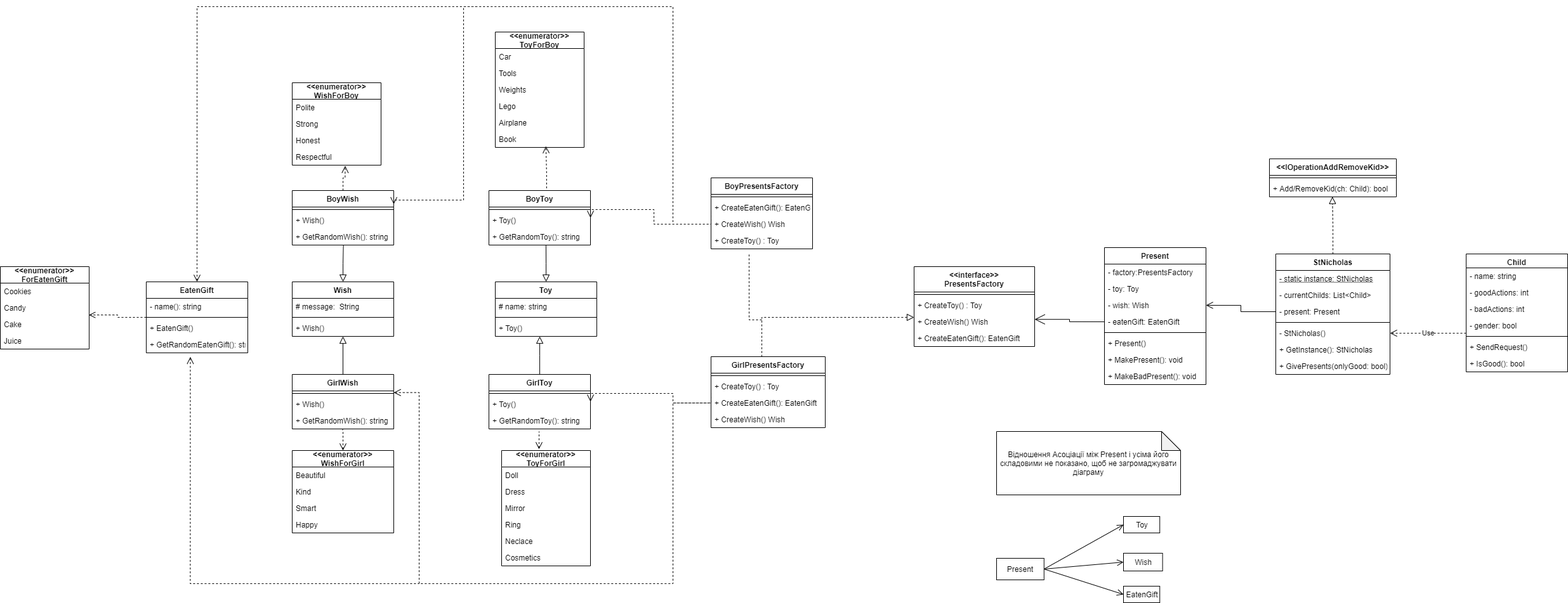
The draw.io diagram StNicholas/StNicholas_Gift.drawio.png in olh-msk/SigmaTask11_UML_SOLID, before a commit. Source tidied: cells renumbered, new cells last; positions are measured from the earlier drawing's top-left corner, leaving out a move shared by most shapes.
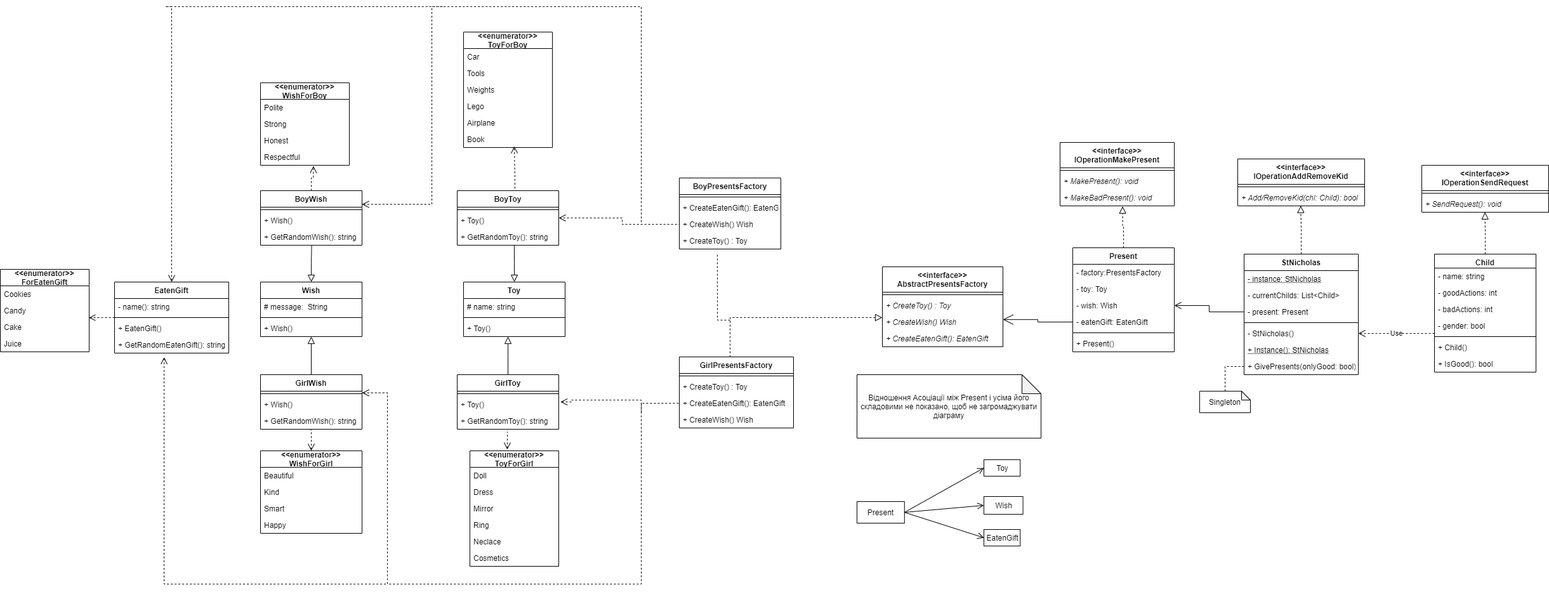
Later version of the same file.

Change to the diagram source:
```diff
@@ -8,7 +8,7 @@
     <mxCell id="3" value="StNicholas" style="swimlane;fontStyle=1;align=center;verticalAlign=top;horizontal=1;startSize=26;" parent="1" vertex="1">
       <mxGeometry x="2010" y="390" width="180" height="190" as="geometry" />
     </mxCell>
-    <mxCell id="4" value="- static instance: StNicholas" style="text;strokeColor=none;fillColor=none;align=left;verticalAlign=top;spacingLeft=4;spacingRight=4;overflow=hidden;fontStyle=4;" parent="3" vertex="1">
+    <mxCell id="4" value="- instance: StNicholas" style="text;strokeColor=none;fillColor=none;align=left;verticalAlign=top;spacingLeft=4;spacingRight=4;overflow=hidden;fontStyle=4;" parent="3" vertex="1">
       <mxGeometry y="26" width="180" height="26" as="geometry" />
     </mxCell>
     <mxCell id="5" value="- currentChilds: List&lt;Child&gt;" style="text;strokeColor=none;fillColor=none;align=left;verticalAlign=top;spacingLeft=4;spacingRight=4;overflow=hidden;" parent="3" vertex="1">
@@ -23,12 +23,15 @@
     <mxCell id="8" value="- StNicholas()" style="text;strokeColor=none;fillColor=none;align=left;verticalAlign=top;spacingLeft=4;spacingRight=4;overflow=hidden;points=[[0,0.5],[1,0.5]];portConstraint=eastwest;" parent="3" vertex="1">
       <mxGeometry y="112" width="180" height="26" as="geometry" />
     </mxCell>
-    <mxCell id="9" value="+ GetInstance(): StNicholas" style="text;strokeColor=none;fillColor=none;align=left;verticalAlign=top;spacingLeft=4;spacingRight=4;overflow=hidden;" parent="3" vertex="1">
+    <mxCell id="9" value="+ Instance(): StNicholas" style="text;strokeColor=none;fillColor=none;align=left;verticalAlign=top;spacingLeft=4;spacingRight=4;overflow=hidden;fontStyle=4;" parent="3" vertex="1">
       <mxGeometry y="138" width="180" height="26" as="geometry" />
     </mxCell>
     <mxCell id="10" value="+ GivePresents(onlyGood: bool)" style="text;strokeColor=none;fillColor=none;align=left;verticalAlign=top;spacingLeft=4;spacingRight=4;overflow=hidden;points=[[0,0.5],[1,0.5]];portConstraint=eastwest;" parent="3" vertex="1">
       <mxGeometry y="164" width="180" height="26" as="geometry" />
     </mxCell>
+    <mxCell id="132" style="edgeStyle=orthogonalEdgeStyle;rounded=0;jettySize=auto;html=1;dashed=1;endArrow=block;endFill=0;startSize=9;endSize=9;entryX=0.498;entryY=0.994;entryDx=0;entryDy=0;entryPerimeter=0;" parent="1" edge="1" source="11" target="139">
+      <mxGeometry relative="1" as="geometry" />
+    </mxCell>
     <mxCell id="11" value="Child" style="swimlane;fontStyle=1;align=center;verticalAlign=top;horizontal=1;startSize=22;" parent="1" vertex="1">
       <mxGeometry x="2310" y="390" width="160" height="186" as="geometry" />
     </mxCell>
@@ -47,25 +50,25 @@
     <mxCell id="16" style="line;strokeWidth=1;fillColor=none;align=left;verticalAlign=middle;spacingTop=-1;spacingLeft=3;spacingRight=3;labelPosition=right;" parent="11" vertex="1">
       <mxGeometry y="126" width="160" height="8" as="geometry" />
     </mxCell>
-    <mxCell id="17" value="+ SendRequest()" style="text;strokeColor=none;fillColor=none;align=left;verticalAlign=top;spacingLeft=4;spacingRight=4;overflow=hidden;" parent="11" vertex="1">
-      <mxGeometry y="134" width="160" height="26" as="geometry" />
-    </mxCell>
+    <mxCell id="133" value="+ Child()" style="text;strokeColor=none;fillColor=none;align=left;verticalAlign=top;spacingLeft=4;spacingRight=4;overflow=hidden;" parent="11" vertex="1">
+      <mxGeometry y="134" width="160" height="26" as="geometry" />
+    </mxCell>
     <mxCell id="18" value="+ IsGood(): bool" style="text;strokeColor=none;fillColor=none;align=left;verticalAlign=top;spacingLeft=4;spacingRight=4;overflow=hidden;" parent="11" vertex="1">
       <mxGeometry y="160" width="160" height="26" as="geometry" />
     </mxCell>
-    <mxCell id="19" value="&lt;&lt;interface&gt;&gt;&#10;PresentsFactory" style="swimlane;fontStyle=1;align=center;verticalAlign=top;horizontal=1;startSize=40;" parent="1" vertex="1">
+    <mxCell id="19" value="&lt;&lt;interface&gt;&gt;&#10;AbstractPresentsFactory" style="swimlane;fontStyle=1;align=center;verticalAlign=top;horizontal=1;startSize=40;" parent="1" vertex="1">
       <mxGeometry x="1440" y="410" width="190" height="126" as="geometry" />
     </mxCell>
     <mxCell id="20" style="line;strokeWidth=1;fillColor=none;align=left;verticalAlign=middle;spacingTop=-1;spacingLeft=3;spacingRight=3;labelPosition=right;" parent="19" vertex="1">
       <mxGeometry y="40" width="190" height="8" as="geometry" />
     </mxCell>
-    <mxCell id="21" value="+ CreateToy() : Toy" style="text;strokeColor=none;fillColor=none;align=left;verticalAlign=top;spacingLeft=4;spacingRight=4;overflow=hidden;" parent="19" vertex="1">
+    <mxCell id="21" value="+ CreateToy() : Toy" style="text;strokeColor=none;fillColor=none;align=left;verticalAlign=top;spacingLeft=4;spacingRight=4;overflow=hidden;fontStyle=2;" parent="19" vertex="1">
       <mxGeometry y="48" width="190" height="26" as="geometry" />
     </mxCell>
-    <mxCell id="22" value="+ CreateWish() Wish" style="text;strokeColor=none;fillColor=none;align=left;verticalAlign=top;spacingLeft=4;spacingRight=4;overflow=hidden;" parent="19" vertex="1">
+    <mxCell id="22" value="+ CreateWish() Wish" style="text;strokeColor=none;fillColor=none;align=left;verticalAlign=top;spacingLeft=4;spacingRight=4;overflow=hidden;fontStyle=2;" parent="19" vertex="1">
       <mxGeometry y="74" width="190" height="26" as="geometry" />
     </mxCell>
-    <mxCell id="23" value="+ CreateEatenGift(): EatenGift" style="text;strokeColor=none;fillColor=none;align=left;verticalAlign=top;spacingLeft=4;spacingRight=4;overflow=hidden;" parent="19" vertex="1">
+    <mxCell id="23" value="+ CreateEatenGift(): EatenGift" style="text;strokeColor=none;fillColor=none;align=left;verticalAlign=top;spacingLeft=4;spacingRight=4;overflow=hidden;fontStyle=2;" parent="19" vertex="1">
       <mxGeometry y="100" width="190" height="26" as="geometry" />
     </mxCell>
     <mxCell id="24" style="edgeStyle=orthogonalEdgeStyle;rounded=0;jettySize=auto;html=1;startArrow=block;startFill=0;endArrow=none;endFill=0;startSize=9;endSize=9;entryX=0.562;entryY=1.003;entryDx=0;entryDy=0;entryPerimeter=0;" parent="1" edge="1" source="25" target="62">
@@ -102,19 +105,19 @@
       <mxGeometry relative="1" as="geometry" />
     </mxCell>
     <mxCell id="35" value="EatenGift" style="swimlane;fontStyle=1;align=center;verticalAlign=top;horizontal=1;startSize=26;" parent="1" vertex="1">
-      <mxGeometry x="230" y="434" width="160" height="112" as="geometry" />
+      <mxGeometry x="230" y="434" width="180" height="112" as="geometry" />
     </mxCell>
     <mxCell id="36" value="- name(): string" style="text;strokeColor=none;fillColor=none;align=left;verticalAlign=top;spacingLeft=4;spacingRight=4;overflow=hidden;" parent="35" vertex="1">
-      <mxGeometry y="26" width="160" height="26" as="geometry" />
+      <mxGeometry y="26" width="180" height="26" as="geometry" />
     </mxCell>
     <mxCell id="37" style="line;strokeWidth=1;fillColor=none;align=left;verticalAlign=middle;spacingTop=-1;spacingLeft=3;spacingRight=3;labelPosition=right;" parent="35" vertex="1">
-      <mxGeometry y="52" width="160" height="8" as="geometry" />
+      <mxGeometry y="52" width="180" height="8" as="geometry" />
     </mxCell>
     <mxCell id="38" value="+ EatenGift()" style="text;strokeColor=none;fillColor=none;align=left;verticalAlign=top;spacingLeft=4;spacingRight=4;overflow=hidden;" parent="35" vertex="1">
-      <mxGeometry y="60" width="160" height="26" as="geometry" />
+      <mxGeometry y="60" width="180" height="26" as="geometry" />
     </mxCell>
     <mxCell id="39" value="+ GetRandomEatenGift(): string" style="text;strokeColor=none;fillColor=none;align=left;verticalAlign=top;spacingLeft=4;spacingRight=4;overflow=hidden;points=[[0,0.5],[1,0.5]];portConstraint=eastwest;" parent="35" vertex="1">
-      <mxGeometry y="86" width="160" height="26" as="geometry" />
+      <mxGeometry y="86" width="180" height="26" as="geometry" />
     </mxCell>
     <mxCell id="40" value="BoyPresentsFactory" style="swimlane;fontStyle=1;align=center;verticalAlign=top;horizontal=1;startSize=26;" parent="1" vertex="1">
       <mxGeometry x="1120" y="270" width="160" height="112" as="geometry" />
@@ -146,8 +149,11 @@
     <mxCell id="49" value="+ CreateWish() Wish" style="text;strokeColor=none;fillColor=none;align=left;verticalAlign=top;spacingLeft=4;spacingRight=4;overflow=hidden;" parent="45" vertex="1">
       <mxGeometry y="86" width="180" height="26" as="geometry" />
     </mxCell>
+    <mxCell id="134" style="edgeStyle=orthogonalEdgeStyle;rounded=0;jettySize=auto;html=1;endArrow=block;endFill=0;startSize=9;endSize=9;dashed=1;entryX=0.548;entryY=1.024;entryDx=0;entryDy=0;entryPerimeter=0;" parent="1" edge="1" source="50" target="58">
+      <mxGeometry relative="1" as="geometry" />
+    </mxCell>
     <mxCell id="50" value="Present" style="swimlane;fontStyle=1;align=center;verticalAlign=top;horizontal=1;startSize=26;" parent="1" vertex="1">
-      <mxGeometry x="1740" y="380" width="160" height="216" as="geometry" />
+      <mxGeometry x="1740" y="380" width="160" height="164" as="geometry" />
     </mxCell>
     <mxCell id="51" value="- factory:PresentsFactory" style="text;strokeColor=none;fillColor=none;align=left;verticalAlign=top;spacingLeft=4;spacingRight=4;overflow=hidden;" parent="50" vertex="1">
       <mxGeometry y="26" width="160" height="26" as="geometry" />
@@ -167,12 +173,6 @@
     <mxCell id="56" value="+ Present()" style="text;strokeColor=none;fillColor=none;align=left;verticalAlign=top;spacingLeft=4;spacingRight=4;overflow=hidden;" parent="50" vertex="1">
       <mxGeometry y="138" width="160" height="26" as="geometry" />
     </mxCell>
-    <mxCell id="57" value="+ MakePresent(): void" style="text;strokeColor=none;fillColor=none;align=left;verticalAlign=top;spacingLeft=4;spacingRight=4;overflow=hidden;" parent="50" vertex="1">
-      <mxGeometry y="164" width="160" height="26" as="geometry" />
-    </mxCell>
-    <mxCell id="58" value="+ MakeBadPresent(): void" style="text;strokeColor=none;fillColor=none;align=left;verticalAlign=top;spacingLeft=4;spacingRight=4;overflow=hidden;points=[[0,0.5],[1,0.5]];portConstraint=eastwest;" parent="50" vertex="1">
-      <mxGeometry y="190" width="160" height="26" as="geometry" />
-    </mxCell>
     <mxCell id="59" value="BoyToy" style="swimlane;fontStyle=1;align=center;verticalAlign=top;horizontal=1;startSize=26;" parent="1" vertex="1">
       <mxGeometry x="770" y="290" width="160" height="86" as="geometry" />
     </mxCell>
@@ -273,7 +273,7 @@
       <mxGeometry y="104" width="160" height="26" as="geometry" />
     </mxCell>
     <mxCell id="92" value="&lt;&lt;enumerator&gt;&gt;&#10;ForEatenGift" style="swimlane;fontStyle=1;horizontal=1;startSize=26;fillColor=none;" parent="1" vertex="1">
-      <mxGeometry y="410" width="140" height="130" as="geometry" />
+      <mxGeometry x="50" y="414" width="140" height="130" as="geometry" />
     </mxCell>
     <mxCell id="93" value="Cookies" style="text;strokeColor=none;fillColor=none;align=left;verticalAlign=top;spacingLeft=4;spacingRight=4;overflow=hidden;" parent="92" vertex="1">
       <mxGeometry y="26" width="140" height="26" as="geometry" />
@@ -357,11 +357,12 @@
         </Array>
       </mxGeometry>
     </mxCell>
-    <mxCell id="113" style="edgeStyle=orthogonalEdgeStyle;rounded=0;jettySize=auto;html=1;startArrow=open;startFill=0;endArrow=none;endFill=0;startSize=9;endSize=9;entryX=0;entryY=0.5;entryDx=0;entryDy=0;dashed=1;exitX=1;exitY=0.5;exitDx=0;exitDy=0;" parent="1" edge="1" source="64" target="47">
+    <mxCell id="113" style="edgeStyle=orthogonalEdgeStyle;rounded=0;jettySize=auto;html=1;startArrow=open;startFill=0;endArrow=none;endFill=0;startSize=9;endSize=9;dashed=1;exitX=1.017;exitY=0.342;exitDx=0;exitDy=0;exitPerimeter=0;" parent="1" edge="1" source="66">
       <mxGeometry relative="1" as="geometry">
+        <mxPoint x="1060" y="640" as="targetPoint" />
         <Array as="points">
-          <mxPoint x="1060" y="610" />
-          <mxPoint x="1060" y="625" />
+          <mxPoint x="950" y="623" />
+          <mxPoint x="950" y="620" />
         </Array>
       </mxGeometry>
     </mxCell>
@@ -380,15 +381,16 @@
       <mxGeometry relative="1" as="geometry">
         <mxPoint x="660" y="910" as="targetPoint" />
         <Array as="points">
-          <mxPoint x="299" y="910" />
+          <mxPoint x="308" y="910" />
         </Array>
       </mxGeometry>
     </mxCell>
     <mxCell id="116" style="edgeStyle=orthogonalEdgeStyle;rounded=0;jettySize=auto;html=1;startArrow=none;startFill=0;endArrow=open;endFill=0;startSize=9;endSize=9;dashed=1;entryX=1;entryY=0.5;entryDx=0;entryDy=0;exitX=0;exitY=0.5;exitDx=0;exitDy=0;" parent="1" edge="1" source="42" target="59">
       <mxGeometry relative="1" as="geometry">
         <Array as="points">
+          <mxPoint x="1120" y="343" />
           <mxPoint x="1030" y="343" />
-          <mxPoint x="1030" y="320" />
+          <mxPoint x="1030" y="333" />
         </Array>
       </mxGeometry>
     </mxCell>
@@ -396,29 +398,29 @@
       <mxGeometry relative="1" as="geometry">
         <mxPoint x="1060" y="340" as="targetPoint" />
         <Array as="points">
-          <mxPoint x="730" y="305" />
+          <mxPoint x="730" y="312" />
           <mxPoint x="730" />
           <mxPoint x="1060" />
         </Array>
       </mxGeometry>
     </mxCell>
     <mxCell id="118" value="Відношення Асоціації між Present і усіма його складовими не показано, щоб не загромаджувати діаграму" style="shape=note;whiteSpace=wrap;html=1;backgroundOutline=1;darkOpacity=0.05;" parent="1" vertex="1">
-      <mxGeometry x="1570" y="670" width="290" height="100" as="geometry" />
+      <mxGeometry x="1400" y="580" width="290" height="100" as="geometry" />
     </mxCell>
     <mxCell id="119" style="endArrow=open;endFill=0;endSize=8;html=1;rounded=0;exitX=1;exitY=0.5;exitDx=0;exitDy=0;entryX=0;entryY=0.5;entryDx=0;entryDy=0;startSize=9;" parent="1" edge="1" source="120" target="121">
       <mxGeometry relative="1" as="geometry" />
     </mxCell>
     <mxCell id="120" value="Present" style="html=1;" parent="1" vertex="1">
-      <mxGeometry x="1570" y="870" width="74.8" height="34" as="geometry" />
+      <mxGeometry x="1400" y="780" width="74.8" height="34" as="geometry" />
     </mxCell>
     <mxCell id="121" value="Toy" style="html=1;" parent="1" vertex="1">
-      <mxGeometry x="1770" y="804" width="57.2" height="26" as="geometry" />
+      <mxGeometry x="1600" y="714" width="57.2" height="26" as="geometry" />
     </mxCell>
     <mxCell id="122" value="Wish" style="html=1;" parent="1" vertex="1">
-      <mxGeometry x="1770" y="862" width="61.6" height="28" as="geometry" />
+      <mxGeometry x="1600" y="772" width="61.6" height="28" as="geometry" />
     </mxCell>
     <mxCell id="123" value="EatenGift" style="html=1;" parent="1" vertex="1">
-      <mxGeometry x="1770" y="914" width="57.2" height="26" as="geometry" />
+      <mxGeometry x="1600" y="824" width="57.2" height="26" as="geometry" />
     </mxCell>
     <mxCell id="124" style="endArrow=open;endFill=0;endSize=8;html=1;rounded=0;exitX=1;exitY=0.5;exitDx=0;exitDy=0;entryX=0;entryY=0.5;entryDx=0;entryDy=0;startSize=9;" parent="1" edge="1" source="120" target="122">
       <mxGeometry relative="1" as="geometry" />
@@ -435,14 +437,14 @@
         </Array>
       </mxGeometry>
     </mxCell>
-    <mxCell id="127" value="&lt;&lt;IOperationAddRemoveKid&gt;&gt;" style="swimlane;fontStyle=1;align=center;verticalAlign=top;horizontal=1;startSize=26;" parent="1" vertex="1">
-      <mxGeometry x="2000" y="240" width="200" height="60" as="geometry" />
+    <mxCell id="127" value="&lt;&lt;interface&gt;&gt;&#10;IOperationAddRemoveKid" style="swimlane;fontStyle=1;align=center;verticalAlign=top;horizontal=1;startSize=40;" parent="1" vertex="1">
+      <mxGeometry x="2000" y="240" width="200" height="74" as="geometry" />
     </mxCell>
     <mxCell id="128" style="line;strokeWidth=1;fillColor=none;align=left;verticalAlign=middle;spacingTop=-1;spacingLeft=3;spacingRight=3;labelPosition=right;" parent="127" vertex="1">
-      <mxGeometry y="26" width="200" height="8" as="geometry" />
+      <mxGeometry y="40" width="200" height="8" as="geometry" />
     </mxCell>
-    <mxCell id="129" value="+ Add/RemoveKid(ch: Child): bool" style="text;strokeColor=none;fillColor=none;align=left;verticalAlign=top;spacingLeft=4;spacingRight=4;overflow=hidden;points=[[0,0.5],[1,0.5]];portConstraint=eastwest;" parent="127" vertex="1">
-      <mxGeometry y="34" width="200" height="26" as="geometry" />
+    <mxCell id="129" value="+ Add/RemoveKid(chl: Child): bool" style="text;strokeColor=none;fillColor=none;align=left;verticalAlign=top;spacingLeft=4;spacingRight=4;overflow=hidden;points=[[0,0.5],[1,0.5]];portConstraint=eastwest;fontStyle=2;" parent="127" vertex="1">
+      <mxGeometry y="48" width="200" height="26" as="geometry" />
     </mxCell>
     <mxCell id="130" style="edgeStyle=orthogonalEdgeStyle;rounded=0;jettySize=auto;html=1;endArrow=open;endFill=0;startSize=9;endSize=9;entryX=1;entryY=0.5;entryDx=0;entryDy=0;" parent="1" edge="1" source="6" target="53">
       <mxGeometry relative="1" as="geometry" />
@@ -455,5 +457,32 @@
         </Array>
       </mxGeometry>
     </mxCell>
+    <mxCell id="135" value="&lt;&lt;interface&gt;&gt;&#10;IOperationMakePresent" style="swimlane;fontStyle=1;align=center;verticalAlign=top;horizontal=1;startSize=40;" parent="1" vertex="1">
+      <mxGeometry x="1720" y="214" width="180" height="100" as="geometry" />
+    </mxCell>
+    <mxCell id="136" style="line;strokeWidth=1;fillColor=none;align=left;verticalAlign=middle;spacingTop=-1;spacingLeft=3;spacingRight=3;labelPosition=right;" parent="135" vertex="1">
+      <mxGeometry y="40" width="180" height="8" as="geometry" />
+    </mxCell>
+    <mxCell id="57" value="+ MakePresent(): void" style="text;strokeColor=none;fillColor=none;align=left;verticalAlign=top;spacingLeft=4;spacingRight=4;overflow=hidden;fontStyle=2;" parent="135" vertex="1">
+      <mxGeometry y="48" width="180" height="26" as="geometry" />
+    </mxCell>
+    <mxCell id="58" value="+ MakeBadPresent(): void" style="text;strokeColor=none;fillColor=none;align=left;verticalAlign=top;spacingLeft=4;spacingRight=4;overflow=hidden;points=[[0,0.5],[1,0.5]];portConstraint=eastwest;fontStyle=2;" parent="135" vertex="1">
+      <mxGeometry y="74" width="180" height="26" as="geometry" />
+    </mxCell>
+    <mxCell id="137" value="&lt;&lt;interface&gt;&gt;&#10;IOperationSendRequest" style="swimlane;fontStyle=1;align=center;verticalAlign=top;horizontal=1;startSize=40;" parent="1" vertex="1">
+      <mxGeometry x="2290" y="250" width="200" height="74" as="geometry" />
+    </mxCell>
+    <mxCell id="138" style="line;strokeWidth=1;fillColor=none;align=left;verticalAlign=middle;spacingTop=-1;spacingLeft=3;spacingRight=3;labelPosition=right;" parent="137" vertex="1">
+      <mxGeometry y="40" width="200" height="8" as="geometry" />
+    </mxCell>
+    <mxCell id="139" value="+ SendRequest(): void" style="text;strokeColor=none;fillColor=none;align=left;verticalAlign=top;spacingLeft=4;spacingRight=4;overflow=hidden;points=[[0,0.5],[1,0.5]];portConstraint=eastwest;fontStyle=2;" parent="137" vertex="1">
+      <mxGeometry y="48" width="200" height="26" as="geometry" />
+    </mxCell>
+    <mxCell id="140" style="edgeStyle=orthogonalEdgeStyle;rounded=0;jettySize=auto;html=1;dashed=1;endArrow=none;endFill=0;startSize=9;endSize=9;" parent="1" edge="1" source="141" target="10">
+      <mxGeometry relative="1" as="geometry" />
+    </mxCell>
+    <mxCell id="141" value="Singleton" style="shape=note;whiteSpace=wrap;html=1;backgroundOutline=1;darkOpacity=0.05;size=14;" parent="1" vertex="1">
+      <mxGeometry x="1940" y="606" width="80" height="34" as="geometry" />
+    </mxCell>
   </root>
 </mxGraphModel>
```
